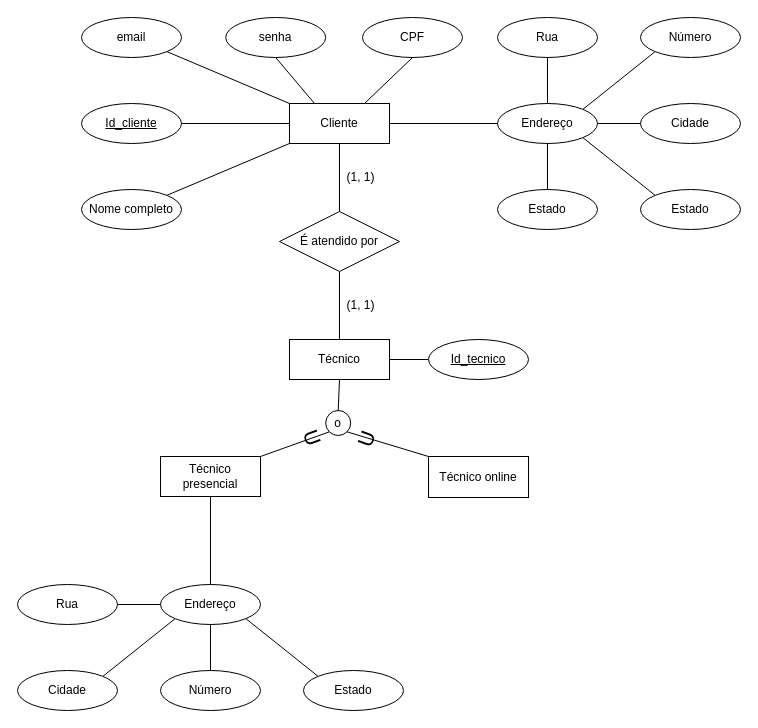
felipepmoreno/Tech-assistanceSoftware keeps this draw.io diagram as page "Diagrama ER" (2 of 4) of Project diagrams and requirements/Tech assistance.drawio. Above is the earlier version. Source tidied: cells renumbered, new cells numbered last; positions are measured from the earlier drawing's top-left corner, leaving out a move shared by most shapes. Both pictures are drawn from the tidied source at 100%, with x=0, y=0 at pixel (17, 17).
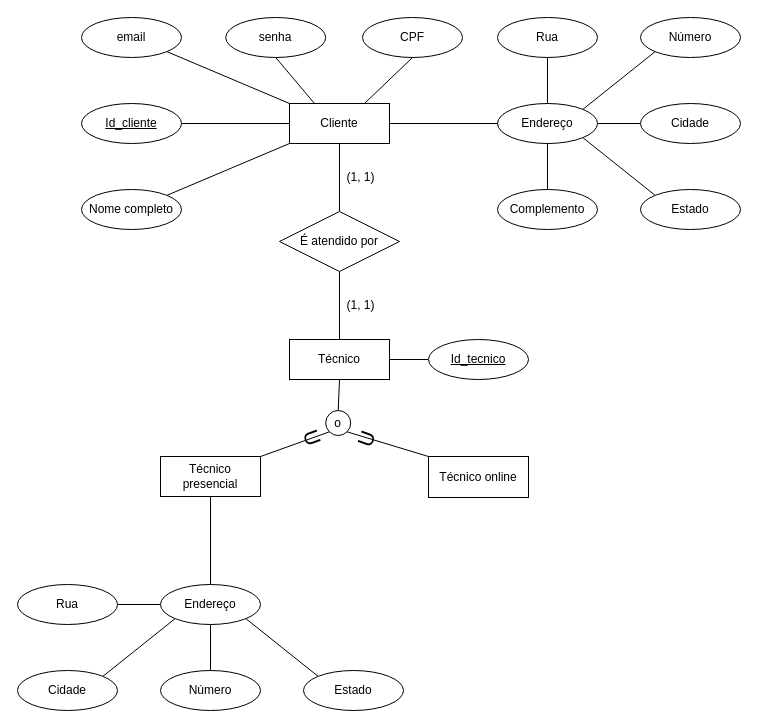
After the change.

Change to the diagram source:
```diff
@@
-    <mxCell id="49" value="Estado" style="ellipse;whiteSpace=wrap;html=1;align=center;" parent="1" vertex="1">
+    <mxCell id="49" value="Complemento" style="ellipse;whiteSpace=wrap;html=1;align=center;" parent="1" vertex="1">
       <mxGeometry x="480" y="172" width="100" height="40" as="geometry" />
     </mxCell>
```
